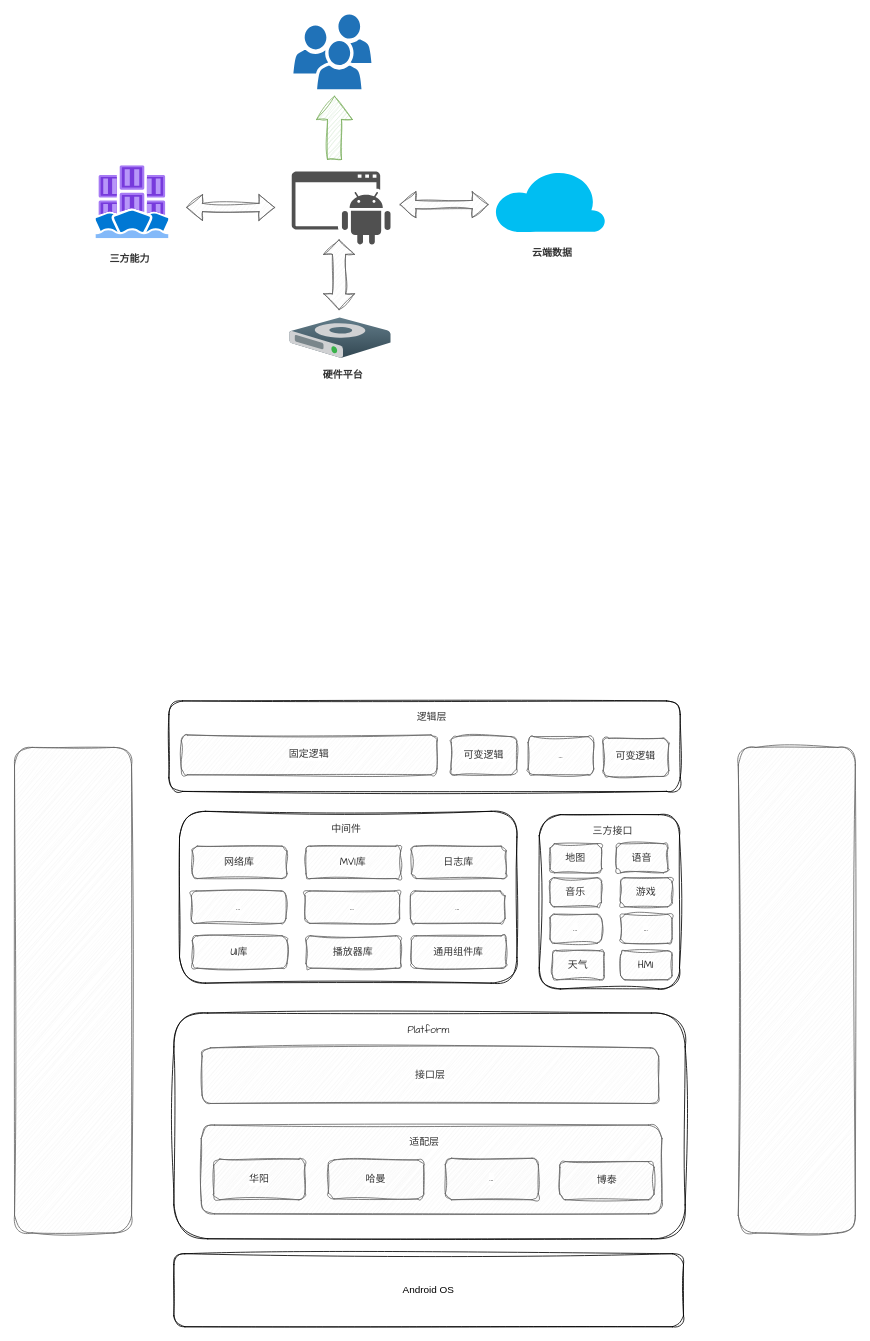
Above: PPT.drawio in TryLoveCatch/charts (draw.io), before the change. Source tidied: cells renumbered, new cells numbered last; positions are measured from the earlier drawing's top-left corner, leaving out a move shared by most shapes. Both pictures are drawn from the tidied source at 83%, with x=0, y=0 at pixel (14, 14).
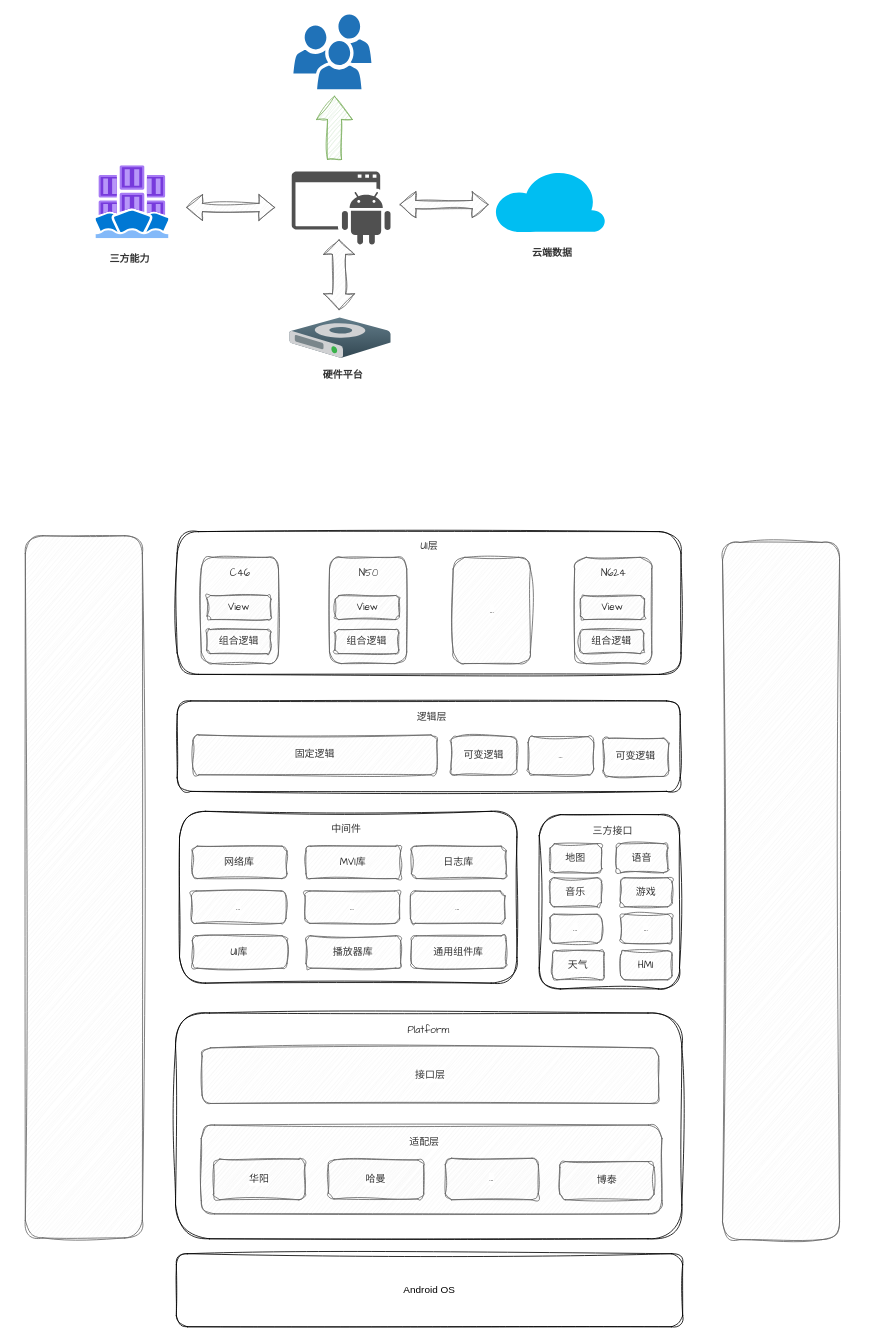
The same page after the edit.

The edit, as a diff of the source:
```diff
@@
     <mxCell id="2" style="rounded=1;whiteSpace=wrap;html=1;sketch=1;curveFitting=1;jiggle=2;" parent="1" vertex="1">
-      <mxGeometry x="192" y="1203" width="616" height="272" as="geometry" />
+      <mxGeometry x="194" y="1203" width="610" height="272" as="geometry" />
     </mxCell>
@@
     <mxCell id="4" value="Android OS" style="rounded=1;whiteSpace=wrap;html=1;sketch=1;curveFitting=1;jiggle=2;" parent="1" vertex="1">
-      <mxGeometry x="192" y="1493" width="614" height="88" as="geometry" />
+      <mxGeometry x="195" y="1493" width="610" height="88" as="geometry" />
     </mxCell>
@@
     <mxCell id="42" style="rounded=1;whiteSpace=wrap;html=1;sketch=1;jiggle=2;curveFitting=1;strokeColor=#666666;align=center;verticalAlign=middle;fontFamily=Comic Sans MS;fontSize=12;fontColor=#333333;labelBackgroundColor=default;fillColor=#f5f5f5;" parent="1" vertex="1">
-      <mxGeometry y="883" width="141" height="585" as="geometry" />
+      <mxGeometry x="13" y="628" width="141" height="846" as="geometry" />
     </mxCell>
     <mxCell id="43" style="rounded=1;whiteSpace=wrap;html=1;sketch=1;jiggle=2;curveFitting=1;strokeColor=#666666;align=center;verticalAlign=middle;fontFamily=Comic Sans MS;fontSize=12;fontColor=#333333;labelBackgroundColor=default;fillColor=#f5f5f5;" parent="1" vertex="1">
-      <mxGeometry x="872" y="883" width="141" height="585" as="geometry" />
+      <mxGeometry x="853" y="636" width="141" height="840" as="geometry" />
     </mxCell>
@@
     <mxCell id="47" style="rounded=1;whiteSpace=wrap;html=1;sketch=1;curveFitting=1;jiggle=2;" parent="1" vertex="1">
-      <mxGeometry x="186" y="827" width="616" height="109" as="geometry" />
+      <mxGeometry x="196" y="827" width="606" height="109" as="geometry" />
     </mxCell>
@@
     <mxCell id="49" value="固定逻辑" style="rounded=1;whiteSpace=wrap;html=1;sketch=1;jiggle=2;curveFitting=1;strokeColor=#666666;align=center;verticalAlign=middle;fontFamily=Comic Sans MS;fontSize=12;fontColor=#333333;labelBackgroundColor=default;fillColor=#f5f5f5;" parent="1" vertex="1">
-      <mxGeometry x="201" y="868" width="308" height="48" as="geometry" />
+      <mxGeometry x="215" y="868" width="294" height="48" as="geometry" />
     </mxCell>
@@
+    <mxCell id="53" style="rounded=1;whiteSpace=wrap;html=1;sketch=1;curveFitting=1;jiggle=2;" parent="1" vertex="1">
+      <mxGeometry x="196" y="623" width="607" height="172" as="geometry" />
+    </mxCell>
+    <mxCell id="54" style="rounded=1;whiteSpace=wrap;html=1;sketch=1;jiggle=2;curveFitting=1;strokeColor=#666666;align=center;verticalAlign=middle;fontFamily=Comic Sans MS;fontSize=12;fontColor=#333333;labelBackgroundColor=default;fillColor=#f5f5f5;" parent="1" vertex="1">
+      <mxGeometry x="225" y="654" width="93" height="128" as="geometry" />
+    </mxCell>
+    <mxCell id="55" value="View" style="rounded=1;whiteSpace=wrap;html=1;sketch=1;jiggle=2;curveFitting=1;strokeColor=#666666;align=center;verticalAlign=middle;fontFamily=Comic Sans MS;fontSize=12;fontColor=#333333;labelBackgroundColor=default;fillColor=#f5f5f5;" parent="1" vertex="1">
+      <mxGeometry x="232" y="700" width="77" height="29" as="geometry" />
+    </mxCell>
+    <mxCell id="56" value="UI层" style="text;html=1;align=center;verticalAlign=middle;whiteSpace=wrap;rounded=0;fontFamily=Comic Sans MS;fontSize=12;fontColor=#333333;labelBackgroundColor=default;" parent="1" vertex="1">
+      <mxGeometry x="470" y="627" width="60" height="30" as="geometry" />
+    </mxCell>
+    <mxCell id="57" value="组合逻辑" style="rounded=1;whiteSpace=wrap;html=1;sketch=1;jiggle=2;curveFitting=1;strokeColor=#666666;align=center;verticalAlign=middle;fontFamily=Comic Sans MS;fontSize=12;fontColor=#333333;labelBackgroundColor=default;fillColor=#f5f5f5;" parent="1" vertex="1">
+      <mxGeometry x="231.5" y="741" width="77" height="29" as="geometry" />
+    </mxCell>
+    <mxCell id="58" value="C46" style="text;html=1;align=center;verticalAlign=middle;whiteSpace=wrap;rounded=0;fontFamily=Comic Sans MS;fontSize=12;fontColor=#333333;labelBackgroundColor=default;" parent="1" vertex="1">
+      <mxGeometry x="242" y="659" width="60" height="30" as="geometry" />
+    </mxCell>
+    <mxCell id="59" style="rounded=1;whiteSpace=wrap;html=1;sketch=1;jiggle=2;curveFitting=1;strokeColor=#666666;align=center;verticalAlign=middle;fontFamily=Comic Sans MS;fontSize=12;fontColor=#333333;labelBackgroundColor=default;fillColor=#f5f5f5;" parent="1" vertex="1">
+      <mxGeometry x="379.5" y="654" width="93" height="128" as="geometry" />
+    </mxCell>
+    <mxCell id="60" value="View" style="rounded=1;whiteSpace=wrap;html=1;sketch=1;jiggle=2;curveFitting=1;strokeColor=#666666;align=center;verticalAlign=middle;fontFamily=Comic Sans MS;fontSize=12;fontColor=#333333;labelBackgroundColor=default;fillColor=#f5f5f5;" parent="1" vertex="1">
+      <mxGeometry x="386.5" y="700" width="77" height="29" as="geometry" />
+    </mxCell>
+    <mxCell id="61" value="组合逻辑" style="rounded=1;whiteSpace=wrap;html=1;sketch=1;jiggle=2;curveFitting=1;strokeColor=#666666;align=center;verticalAlign=middle;fontFamily=Comic Sans MS;fontSize=12;fontColor=#333333;labelBackgroundColor=default;fillColor=#f5f5f5;" parent="1" vertex="1">
+      <mxGeometry x="386" y="741" width="77" height="29" as="geometry" />
+    </mxCell>
+    <mxCell id="62" value="N50" style="text;html=1;align=center;verticalAlign=middle;whiteSpace=wrap;rounded=0;fontFamily=Comic Sans MS;fontSize=12;fontColor=#333333;labelBackgroundColor=default;" parent="1" vertex="1">
+      <mxGeometry x="396.5" y="659" width="60" height="30" as="geometry" />
+    </mxCell>
+    <mxCell id="63" value="..." style="rounded=1;whiteSpace=wrap;html=1;sketch=1;jiggle=2;curveFitting=1;strokeColor=#666666;align=center;verticalAlign=middle;fontFamily=Comic Sans MS;fontSize=12;fontColor=#333333;labelBackgroundColor=default;fillColor=#f5f5f5;" parent="1" vertex="1">
+      <mxGeometry x="528.5" y="654" width="93" height="128" as="geometry" />
+    </mxCell>
+    <mxCell id="64" style="rounded=1;whiteSpace=wrap;html=1;sketch=1;jiggle=2;curveFitting=1;strokeColor=#666666;align=center;verticalAlign=middle;fontFamily=Comic Sans MS;fontSize=12;fontColor=#333333;labelBackgroundColor=default;fillColor=#f5f5f5;" parent="1" vertex="1">
+      <mxGeometry x="674.8" y="654" width="93" height="128" as="geometry" />
+    </mxCell>
+    <mxCell id="65" value="View" style="rounded=1;whiteSpace=wrap;html=1;sketch=1;jiggle=2;curveFitting=1;strokeColor=#666666;align=center;verticalAlign=middle;fontFamily=Comic Sans MS;fontSize=12;fontColor=#333333;labelBackgroundColor=default;fillColor=#f5f5f5;" parent="1" vertex="1">
+      <mxGeometry x="681.8" y="700" width="77" height="29" as="geometry" />
+    </mxCell>
+    <mxCell id="66" value="组合逻辑" style="rounded=1;whiteSpace=wrap;html=1;sketch=1;jiggle=2;curveFitting=1;strokeColor=#666666;align=center;verticalAlign=middle;fontFamily=Comic Sans MS;fontSize=12;fontColor=#333333;labelBackgroundColor=default;fillColor=#f5f5f5;" parent="1" vertex="1">
+      <mxGeometry x="681.2" y="741" width="77" height="29" as="geometry" />
+    </mxCell>
+    <mxCell id="67" value="N624" style="text;html=1;align=center;verticalAlign=middle;whiteSpace=wrap;rounded=0;fontFamily=Comic Sans MS;fontSize=12;fontColor=#333333;labelBackgroundColor=default;" parent="1" vertex="1">
+      <mxGeometry x="691.8" y="659" width="60" height="30" as="geometry" />
+    </mxCell>
```
